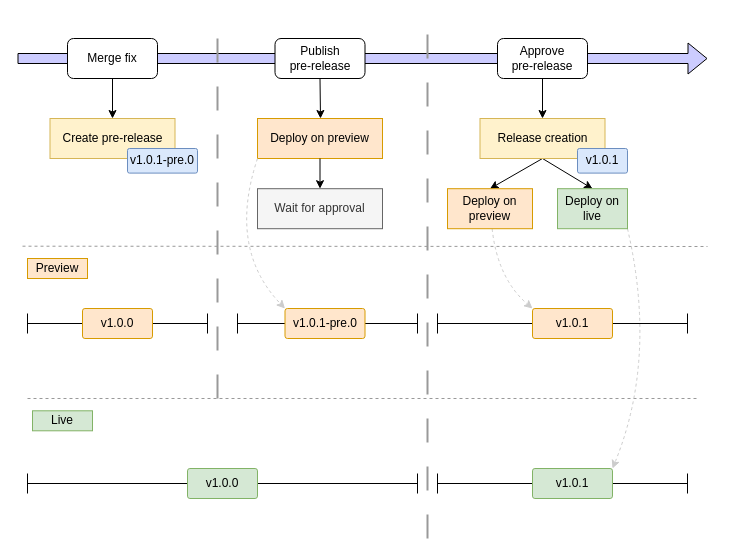
This is page "fix" (1 of 5) of assets/workflow_pre-release.drawio from gscandola/releases_playground, a draw.io file, before an edit. Source tidied: cells renumbered, new cells numbered last; positions are measured from the earlier drawing's top-left corner, leaving out a move shared by most shapes. Both pictures are drawn from the tidied source at 100%, with x=0, y=0 at pixel (17, 18).
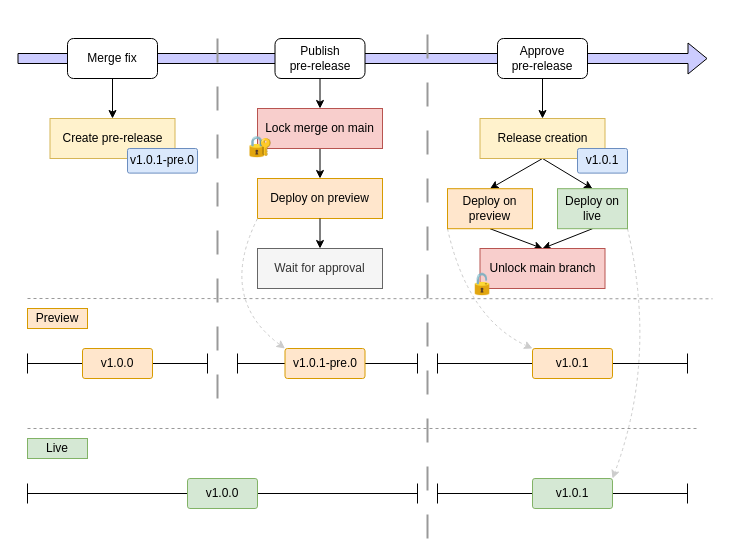
Above is the later version.

Commit message (it also covers changes not shown here):
docs: update schema with lock

The change refers to these unchanged cells:
```xml
<mxCell id="9" value="Publish&lt;br&gt;pre-release" style="rounded=1;whiteSpace=wrap;html=1;" parent="1" vertex="1">
  <mxGeometry x="257.5" y="20" width="90" height="40" as="geometry" />
</mxCell>
<mxCell id="22" value="Deploy on preview" style="rounded=0;whiteSpace=wrap;html=1;fillColor=#ffe6cc;strokeColor=#d79b00;" parent="1" vertex="1">
  <mxGeometry x="430" y="170.2" width="85" height="40" as="geometry" />
</mxCell>
<mxCell id="24" value="Deploy on live" style="rounded=0;whiteSpace=wrap;html=1;fillColor=#d5e8d4;strokeColor=#82b366;" parent="1" vertex="1">
  <mxGeometry x="540" y="170.2" width="70" height="40" as="geometry" />
</mxCell>
<mxCell id="30" value="v1.0.1" style="rounded=1;whiteSpace=wrap;html=1;arcSize=8;rotation=0;fillColor=#ffe6cc;strokeColor=#d79b00;" parent="28" vertex="1">
  <mxGeometry x="95" width="80" height="30" as="geometry" />
</mxCell>
<mxCell id="36" value="v1.0.1-pre.0" style="rounded=1;whiteSpace=wrap;html=1;arcSize=8;rotation=0;fillColor=#ffe6cc;strokeColor=#d79b00;" parent="34" vertex="1">
  <mxGeometry x="47.5" width="80" height="30" as="geometry" />
</mxCell>
```

Change to the diagram source:
```diff
@@
     <mxCell id="5" style="endArrow=none;html=1;rounded=0;strokeColor=#999999;dashed=1;" parent="1" edge="1">
       <mxGeometry relative="1" as="geometry">
-        <mxPoint x="5" y="227.7" as="sourcePoint" />
-        <mxPoint x="690" y="228" as="targetPoint" />
+        <mxPoint x="10" y="280" as="sourcePoint" />
+        <mxPoint x="695" y="280.3" as="targetPoint" />
       </mxGeometry>
     </mxCell>
     <mxCell id="6" value="Preview" style="rounded=0;whiteSpace=wrap;html=1;fillColor=#ffe6cc;strokeColor=#d79b00;" parent="1" vertex="1">
-      <mxGeometry x="10" y="240" width="60" height="20" as="geometry" />
+      <mxGeometry x="10" y="290" width="60" height="20" as="geometry" />
     </mxCell>
     <mxCell id="7" style="endArrow=none;html=1;rounded=0;strokeColor=#999999;dashed=1;" parent="1" edge="1">
       <mxGeometry relative="1" as="geometry">
-        <mxPoint x="10" y="380" as="sourcePoint" />
-        <mxPoint x="680" y="380" as="targetPoint" />
+        <mxPoint x="10" y="410" as="sourcePoint" />
+        <mxPoint x="680" y="410" as="targetPoint" />
       </mxGeometry>
     </mxCell>
     <mxCell id="8" value="Live" style="rounded=0;whiteSpace=wrap;html=1;fillColor=#d5e8d4;strokeColor=#82b366;" parent="1" vertex="1">
-      <mxGeometry x="15" y="392.3" width="60" height="20" as="geometry" />
+      <mxGeometry x="10" y="420" width="60" height="20" as="geometry" />
     </mxCell>
@@
-    <mxCell id="11" style="endArrow=classic;html=1;rounded=0;exitX=0.5;exitY=1;exitDx=0;exitDy=0;" parent="1" edge="1" source="9">
-      <mxGeometry relative="1" as="geometry">
-        <mxPoint x="303" y="100" as="targetPoint" />
-      </mxGeometry>
+    <mxCell id="11" style="endArrow=classic;html=1;rounded=0;exitX=0.5;exitY=1;exitDx=0;exitDy=0;entryX=0.5;entryY=0;entryDx=0;entryDy=0;" parent="1" edge="1" source="9" target="50">
+      <mxGeometry relative="1" as="geometry" />
     </mxCell>
     <mxCell id="12" value="Deploy on preview" style="rounded=0;whiteSpace=wrap;html=1;fillColor=#ffe6cc;strokeColor=#d79b00;" parent="1" vertex="1">
-      <mxGeometry x="240" y="100" width="125" height="40" as="geometry" />
+      <mxGeometry x="240" y="160" width="125" height="40" as="geometry" />
     </mxCell>
@@
     <mxCell id="14" value="Wait for approval" style="rounded=0;whiteSpace=wrap;html=1;fillColor=#f5f5f5;strokeColor=#666666;fontColor=#333333;" parent="1" vertex="1">
-      <mxGeometry x="240" y="170.2" width="125" height="40" as="geometry" />
+      <mxGeometry x="240" y="230" width="125" height="40" as="geometry" />
     </mxCell>
     <mxCell id="15" style="endArrow=classic;html=1;rounded=0;entryX=0;entryY=0;entryDx=0;entryDy=0;exitX=0;exitY=1;exitDx=0;exitDy=0;curved=1;strokeColor=#CCCCCC;dashed=1;" parent="1" edge="1" source="12" target="36">
       <mxGeometry relative="1" as="geometry">
         <Array as="points">
-          <mxPoint x="210" y="230" />
+          <mxPoint x="200" y="280" />
         </Array>
       </mxGeometry>
     </mxCell>
@@
-    <mxCell id="21" style="rounded=0;jettySize=auto;html=1;entryX=0;entryY=0;entryDx=0;entryDy=0;dashed=1;curved=1;strokeColor=#CCCCCC;" parent="1" edge="1" source="22" target="30">
+    <mxCell id="21" style="rounded=0;jettySize=auto;html=1;entryX=0;entryY=0;entryDx=0;entryDy=0;dashed=1;curved=1;strokeColor=#CCCCCC;exitX=0;exitY=1;exitDx=0;exitDy=0;" parent="1" edge="1" source="22" target="30">
       <mxGeometry relative="1" as="geometry">
         <Array as="points">
-          <mxPoint x="480" y="260" />
+          <mxPoint x="450" y="300" />
         </Array>
       </mxGeometry>
     </mxCell>
+    <mxCell id="46" style="rounded=0;jettySize=auto;html=1;exitX=0.5;exitY=1;exitDx=0;exitDy=0;entryX=0.5;entryY=0;entryDx=0;entryDy=0;" parent="1" edge="1" source="22" target="53">
+      <mxGeometry relative="1" as="geometry" />
+    </mxCell>
@@
+    <mxCell id="47" style="rounded=0;jettySize=auto;html=1;exitX=0.5;exitY=1;exitDx=0;exitDy=0;entryX=0.5;entryY=0;entryDx=0;entryDy=0;" parent="1" edge="1" source="24" target="53">
+      <mxGeometry relative="1" as="geometry" />
+    </mxCell>
@@
     <mxCell id="25" style="group;" parent="1" vertex="1">
-      <mxGeometry x="10" y="450" width="390" height="30" as="geometry" />
+      <mxGeometry x="10" y="460" width="390" height="30" as="geometry" />
     </mxCell>
@@
     <mxCell id="28" style="group;" parent="1" vertex="1">
-      <mxGeometry x="420" y="290" width="250" height="30" as="geometry" />
+      <mxGeometry x="420" y="330" width="250" height="30" as="geometry" />
     </mxCell>
@@
     <mxCell id="31" style="group;" parent="1" vertex="1">
-      <mxGeometry x="420" y="450" width="250" height="30" as="geometry" />
+      <mxGeometry x="420" y="460" width="250" height="30" as="geometry" />
     </mxCell>
@@
     <mxCell id="34" style="group;" parent="1" vertex="1">
-      <mxGeometry x="220" y="290" width="180" height="30" as="geometry" />
+      <mxGeometry x="220" y="330" width="180" height="30" as="geometry" />
     </mxCell>
@@
     <mxCell id="37" style="group;" parent="1" vertex="1">
-      <mxGeometry x="10" y="290" width="180" height="30" as="geometry" />
+      <mxGeometry x="10" y="330" width="180" height="30" as="geometry" />
     </mxCell>
@@
+    <mxCell id="48" style="edgeStyle=orthogonalEdgeStyle;rounded=0;jettySize=auto;html=1;exitX=0.5;exitY=1;exitDx=0;exitDy=0;entryX=0.5;entryY=0;entryDx=0;entryDy=0;" parent="1" edge="1" source="50" target="12">
+      <mxGeometry relative="1" as="geometry" />
+    </mxCell>
+    <mxCell id="49" style="group;" parent="1" vertex="1">
+      <mxGeometry x="227.5" y="90" width="137.5" height="52.3" as="geometry" />
+    </mxCell>
+    <mxCell id="50" value="Lock merge on main" style="rounded=0;whiteSpace=wrap;html=1;fillColor=#f8cecc;strokeColor=#b85450;gradientColor=none;" parent="49" vertex="1">
+      <mxGeometry x="12.5" width="125" height="40" as="geometry" />
+    </mxCell>
+    <mxCell id="51" value="&lt;font style=&quot;font-size: 20px;&quot;&gt;🔐&lt;/font&gt;" style="text;html=1;strokeColor=none;fillColor=none;align=center;verticalAlign=middle;whiteSpace=wrap;rounded=0;" parent="49" vertex="1">
+      <mxGeometry y="22.3" width="30" height="30" as="geometry" />
+    </mxCell>
+    <mxCell id="52" style="group;" parent="1" vertex="1">
+      <mxGeometry x="450" y="230" width="137.5" height="50" as="geometry" />
+    </mxCell>
+    <mxCell id="53" value="Unlock main branch" style="rounded=0;whiteSpace=wrap;html=1;fillColor=#f8cecc;strokeColor=#b85450;gradientColor=none;" parent="52" vertex="1">
+      <mxGeometry x="12.5" width="125" height="40" as="geometry" />
+    </mxCell>
+    <mxCell id="54" value="&lt;span style=&quot;font-size: 20px;&quot;&gt;🔓&lt;/span&gt;" style="text;html=1;strokeColor=none;fillColor=none;align=center;verticalAlign=middle;whiteSpace=wrap;rounded=0;" parent="52" vertex="1">
+      <mxGeometry y="20" width="30" height="30" as="geometry" />
+    </mxCell>
```
